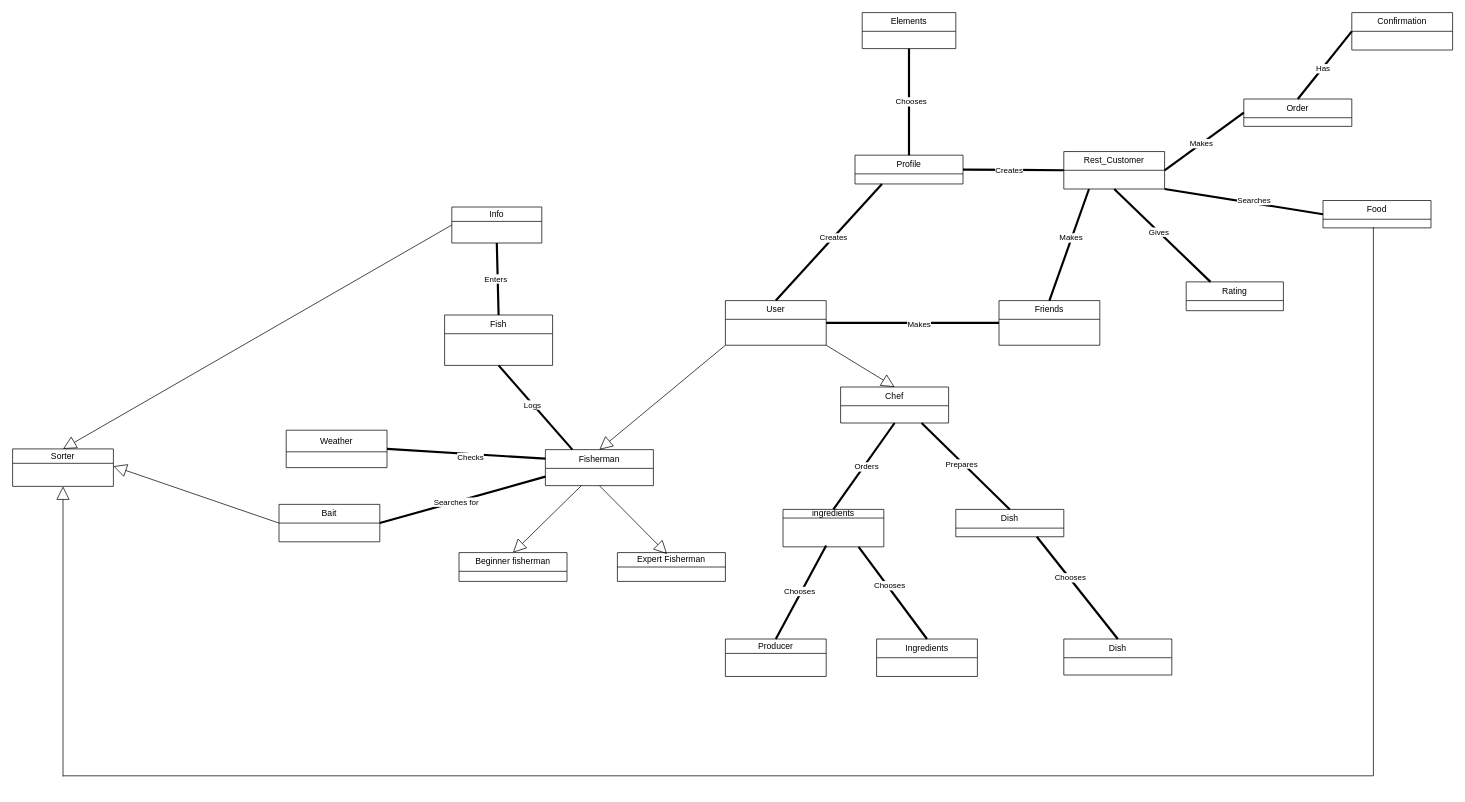
Earlier version of the draw.io diagram domain model - kostas.drawio (TMCEID/SoftEngFishApp). Source tidied: cells renumbered, new cells numbered last; positions are measured from the earlier drawing's top-left corner, leaving out a move shared by most shapes. Both pictures are drawn from the tidied source at 72%, with x=0, y=0 at pixel (12, 12).
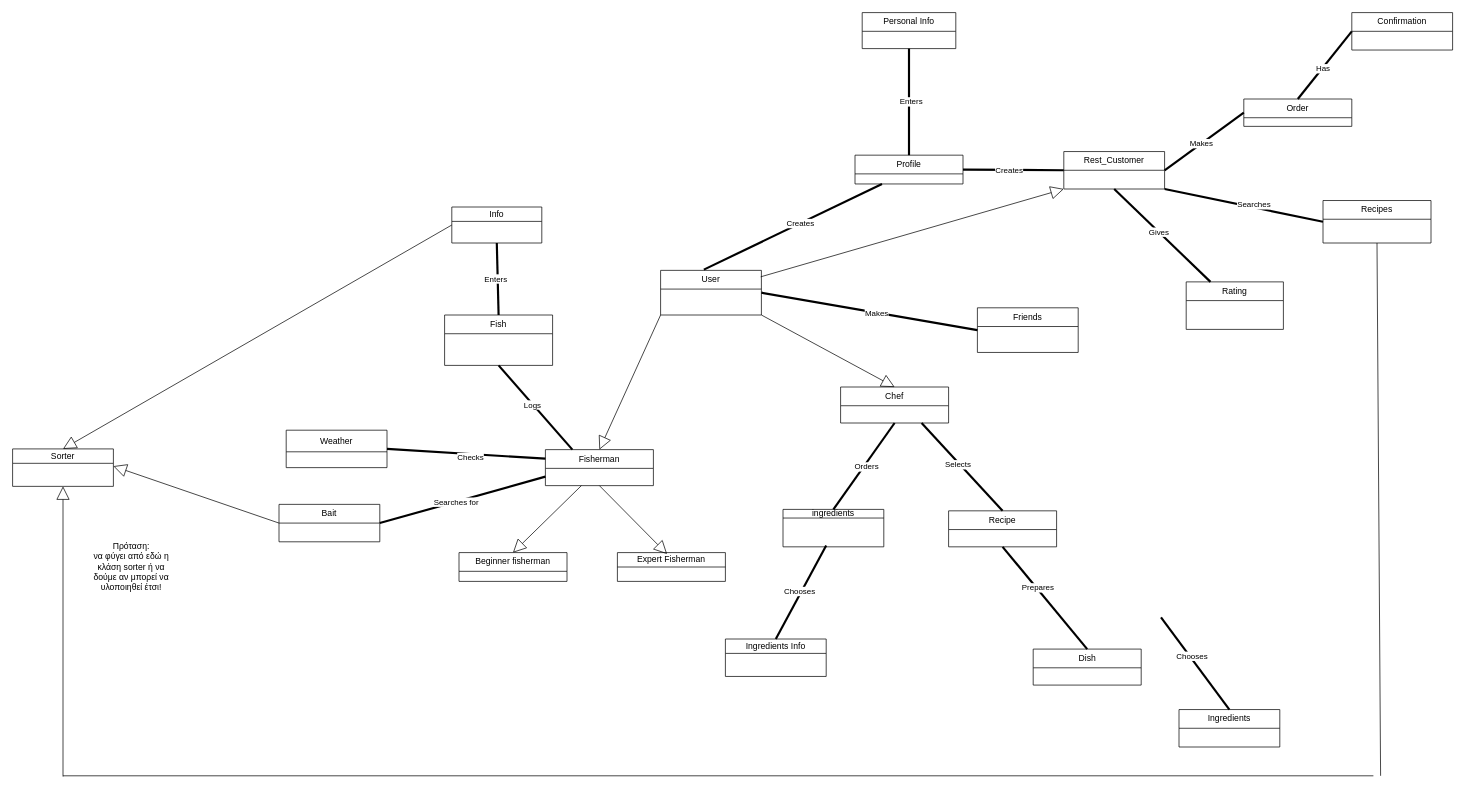
The same diagram, later.

The change refers to these unchanged cells:
```xml
<mxCell id="3" value="Profile" style="swimlane;fontStyle=0;horizontal=1;startSize=26;fillColor=none;whiteSpace=wrap;html=1;" parent="1" vertex="1">
  <mxGeometry x="1170" y="198" width="150" height="40" as="geometry" />
</mxCell>
<mxCell id="4" value="Rest_Customer" style="swimlane;fontStyle=0;horizontal=1;startSize=26;fillColor=none;whiteSpace=wrap;html=1;" parent="1" vertex="1">
  <mxGeometry x="1460" y="193" width="140" height="52" as="geometry" />
</mxCell>
<mxCell id="6" value="ingredients" style="swimlane;fontStyle=0;horizontal=1;startSize=12;fillColor=none;whiteSpace=wrap;html=1;" parent="1" vertex="1">
  <mxGeometry x="1070" y="690" width="140" height="52" as="geometry" />
</mxCell>
<mxCell id="46" style="endArrow=none;startArrow=none;endFill=0;startFill=0;endSize=8;html=1;verticalAlign=bottom;labelBackgroundColor=none;strokeWidth=3;rounded=0;entryX=0.75;entryY=1;entryDx=0;entryDy=0;exitX=0.5;exitY=0;exitDx=0;exitDy=0;" parent="1" edge="1" source="45" target="12">
  <mxGeometry relative="1" as="geometry" />
</mxCell>
<mxCell id="52" style="endArrow=none;startArrow=none;endFill=0;startFill=0;endSize=8;html=1;verticalAlign=bottom;labelBackgroundColor=none;strokeWidth=3;rounded=0;exitX=0.5;exitY=0;exitDx=0;exitDy=0;entryX=0.5;entryY=1;entryDx=0;entryDy=0;" parent="1" edge="1" source="3" target="54">
  <mxGeometry relative="1" as="geometry" />
</mxCell>
```

Diff of the diagram source:
```diff
@@
     <mxCell id="2" value="User" style="swimlane;fontStyle=0;horizontal=1;startSize=26;fillColor=none;whiteSpace=wrap;html=1;" parent="1" vertex="1">
-      <mxGeometry x="990" y="400" width="140" height="62" as="geometry" />
+      <mxGeometry x="900" y="358" width="140" height="62" as="geometry" />
     </mxCell>
@@
     <mxCell id="10" value="Rating" style="swimlane;fontStyle=0;horizontal=1;startSize=26;fillColor=none;whiteSpace=wrap;html=1;" parent="1" vertex="1">
-      <mxGeometry x="1630" y="374" width="135" height="40" as="geometry" />
+      <mxGeometry x="1630" y="374" width="135" height="66" as="geometry" />
     </mxCell>
@@
-    <mxCell id="27" style="endArrow=none;startArrow=none;endFill=0;startFill=0;endSize=8;html=1;verticalAlign=bottom;labelBackgroundColor=none;strokeWidth=3;rounded=0;entryX=0.5;entryY=0;entryDx=0;entryDy=0;exitX=0.25;exitY=1;exitDx=0;exitDy=0;" parent="1" edge="1" source="3" target="2">
+    <mxCell id="27" style="endArrow=none;startArrow=none;endFill=0;startFill=0;endSize=8;html=1;verticalAlign=bottom;labelBackgroundColor=none;strokeWidth=3;rounded=0;exitX=0.25;exitY=1;exitDx=0;exitDy=0;entryX=0.429;entryY=-0.016;entryDx=0;entryDy=0;entryPerimeter=0;" parent="1" edge="1" source="3" target="2">
       <mxGeometry relative="1" as="geometry" />
     </mxCell>
@@
     <mxCell id="36" value="Ingredients" style="swimlane;fontStyle=0;horizontal=1;startSize=26;fillColor=none;whiteSpace=wrap;html=1;" parent="1" vertex="1">
-      <mxGeometry x="1200" y="870" width="140" height="52" as="geometry" />
+      <mxGeometry x="1620" y="968" width="140" height="52" as="geometry" />
     </mxCell>
-    <mxCell id="37" style="endArrow=none;startArrow=none;endFill=0;startFill=0;endSize=8;html=1;verticalAlign=bottom;labelBackgroundColor=none;strokeWidth=3;rounded=0;entryX=0.75;entryY=1;entryDx=0;entryDy=0;exitX=0.5;exitY=0;exitDx=0;exitDy=0;" parent="1" edge="1" source="36" target="6">
-      <mxGeometry relative="1" as="geometry" />
+    <mxCell id="37" style="endArrow=none;startArrow=none;endFill=0;startFill=0;endSize=8;html=1;verticalAlign=bottom;labelBackgroundColor=none;strokeWidth=3;rounded=0;entryX=0.75;entryY=1;entryDx=0;entryDy=0;exitX=0.5;exitY=0;exitDx=0;exitDy=0;" parent="1" edge="1" source="36">
+      <mxGeometry relative="1" as="geometry">
+        <mxPoint x="1595" y="840" as="targetPoint" />
+      </mxGeometry>
     </mxCell>
@@
-    <mxCell id="41" value="Producer" style="swimlane;fontStyle=0;horizontal=1;startSize=20;fillColor=none;whiteSpace=wrap;html=1;" parent="1" vertex="1">
+    <mxCell id="41" value="Ingredients Info" style="swimlane;fontStyle=0;horizontal=1;startSize=20;fillColor=none;whiteSpace=wrap;html=1;" parent="1" vertex="1">
       <mxGeometry x="990" y="870" width="140" height="52" as="geometry" />
     </mxCell>
@@
-    <mxCell id="45" value="&lt;div&gt;Dish&lt;/div&gt;" style="swimlane;fontStyle=0;horizontal=1;startSize=26;fillColor=none;whiteSpace=wrap;html=1;" parent="1" vertex="1">
-      <mxGeometry x="1310" y="690" width="150" height="38" as="geometry" />
+    <mxCell id="45" value="Recipe" style="swimlane;fontStyle=0;horizontal=1;startSize=26;fillColor=none;whiteSpace=wrap;html=1;" parent="1" vertex="1">
+      <mxGeometry x="1300" y="692" width="150" height="50" as="geometry" />
     </mxCell>
@@
-    <mxCell id="47" value="Prepares" style="edgeLabel;html=1;align=center;verticalAlign=middle;" parent="46" vertex="1">
+    <mxCell id="47" value="Selects" style="edgeLabel;html=1;align=center;verticalAlign=middle;" parent="46" vertex="1">
       <mxGeometry x="0.09" y="2" relative="1" as="geometry" />
     </mxCell>
     <mxCell id="48" value="&lt;div&gt;Dish&lt;/div&gt;" style="swimlane;fontStyle=0;horizontal=1;startSize=26;fillColor=none;whiteSpace=wrap;html=1;" parent="1" vertex="1">
-      <mxGeometry x="1460" y="870" width="150" height="50" as="geometry" />
+      <mxGeometry x="1417.5" y="884" width="150" height="50" as="geometry" />
     </mxCell>
-    <mxCell id="49" style="endArrow=none;startArrow=none;endFill=0;startFill=0;endSize=8;html=1;verticalAlign=bottom;labelBackgroundColor=none;strokeWidth=3;rounded=0;entryX=0.75;entryY=1;entryDx=0;entryDy=0;exitX=0.5;exitY=0;exitDx=0;exitDy=0;" parent="1" edge="1" source="48" target="45">
+    <mxCell id="49" style="endArrow=none;startArrow=none;endFill=0;startFill=0;endSize=8;html=1;verticalAlign=bottom;labelBackgroundColor=none;strokeWidth=3;rounded=0;entryX=0.5;entryY=1;entryDx=0;entryDy=0;exitX=0.5;exitY=0;exitDx=0;exitDy=0;" parent="1" edge="1" source="48" target="45">
       <mxGeometry relative="1" as="geometry" />
     </mxCell>
-    <mxCell id="50" value="Chooses" style="edgeLabel;html=1;align=center;verticalAlign=middle;" parent="49" vertex="1">
+    <mxCell id="50" value="Prepares" style="edgeLabel;html=1;align=center;verticalAlign=middle;" parent="49" vertex="1">
       <mxGeometry x="0.19" y="-1" relative="1" as="geometry" />
     </mxCell>
@@
-    <mxCell id="53" value="Chooses" style="edgeLabel;html=1;align=center;verticalAlign=middle;" parent="52" vertex="1">
+    <mxCell id="53" value="Enters" style="edgeLabel;html=1;align=center;verticalAlign=middle;" parent="52" vertex="1">
       <mxGeometry x="0.01" y="-2" relative="1" as="geometry" />
     </mxCell>
-    <mxCell id="54" value="Elements" style="swimlane;fontStyle=0;horizontal=1;startSize=26;fillColor=none;whiteSpace=wrap;html=1;" parent="1" vertex="1">
+    <mxCell id="54" value="Personal Info" style="swimlane;fontStyle=0;horizontal=1;startSize=26;fillColor=none;whiteSpace=wrap;html=1;" parent="1" vertex="1">
       <mxGeometry x="1180" width="130" height="50" as="geometry" />
     </mxCell>
@@
-    <mxCell id="57" value="&lt;div&gt;Food&lt;/div&gt;" style="swimlane;fontStyle=0;horizontal=1;startSize=26;fillColor=none;whiteSpace=wrap;html=1;" parent="1" vertex="1">
-      <mxGeometry x="1820" y="261" width="150" height="38" as="geometry" />
+    <mxCell id="57" value="Recipes" style="swimlane;fontStyle=0;horizontal=1;startSize=26;fillColor=none;whiteSpace=wrap;html=1;" parent="1" vertex="1">
+      <mxGeometry x="1820" y="261" width="150" height="59" as="geometry" />
     </mxCell>
     <mxCell id="58" value="Friends" style="swimlane;fontStyle=0;horizontal=1;startSize=26;fillColor=none;whiteSpace=wrap;html=1;" parent="1" vertex="1">
-      <mxGeometry x="1370" y="400" width="140" height="62" as="geometry" />
+      <mxGeometry x="1340" y="410" width="140" height="62" as="geometry" />
     </mxCell>
-    <mxCell id="59" style="endArrow=none;startArrow=none;endFill=0;startFill=0;endSize=8;html=1;verticalAlign=bottom;labelBackgroundColor=none;strokeWidth=3;rounded=0;entryX=1;entryY=0.5;entryDx=0;entryDy=0;exitX=0;exitY=0.5;exitDx=0;exitDy=0;" parent="1" edge="1" source="58" target="2">
+    <mxCell id="59" style="endArrow=none;startArrow=none;endFill=0;startFill=0;endSize=8;html=1;verticalAlign=bottom;labelBackgroundColor=none;strokeWidth=3;rounded=0;exitX=0;exitY=0.5;exitDx=0;exitDy=0;entryX=1;entryY=0.5;entryDx=0;entryDy=0;" parent="1" edge="1" source="58" target="2">
       <mxGeometry relative="1" as="geometry" />
     </mxCell>
@@
-    <mxCell id="61" style="endArrow=none;startArrow=none;endFill=0;startFill=0;endSize=8;html=1;verticalAlign=bottom;labelBackgroundColor=none;strokeWidth=3;rounded=0;entryX=0.5;entryY=0;entryDx=0;entryDy=0;exitX=0.25;exitY=1;exitDx=0;exitDy=0;" parent="1" edge="1" source="4" target="58">
-      <mxGeometry relative="1" as="geometry" />
-    </mxCell>
-    <mxCell id="62" value="Makes" style="edgeLabel;html=1;align=center;verticalAlign=middle;" parent="61" vertex="1">
-      <mxGeometry x="-0.12" y="-1" relative="1" as="geometry" />
-    </mxCell>
@@
-    <mxCell id="69" style="endArrow=none;html=1;rounded=0;" parent="1" edge="1">
+    <mxCell id="69" style="endArrow=none;html=1;rounded=0;entryX=0.5;entryY=1;entryDx=0;entryDy=0;" parent="1" edge="1" target="57">
       <mxGeometry relative="1" as="geometry">
-        <mxPoint x="1890" y="1060" as="sourcePoint" />
-        <mxPoint x="1890" y="298" as="targetPoint" />
+        <mxPoint x="1900" y="1060" as="sourcePoint" />
       </mxGeometry>
     </mxCell>
+    <mxCell id="70" style="endArrow=block;endSize=16;endFill=0;html=1;rounded=0;exitX=0.993;exitY=0.145;exitDx=0;exitDy=0;entryX=0;entryY=1;entryDx=0;entryDy=0;exitPerimeter=0;" parent="1" edge="1" source="2" target="4">
+      <mxGeometry relative="1" as="geometry" />
+    </mxCell>
+    <mxCell id="71" value="Πρόταση:&lt;br&gt;να φύγει από εδώ η κλάση sorter ή να δούμε αν μπορεί να υλοποιηθεί έτσι!&lt;div&gt;&lt;br/&gt;&lt;/div&gt;" style="text;html=1;align=center;verticalAlign=middle;whiteSpace=wrap;rounded=0;" parent="1" vertex="1">
+      <mxGeometry x="110" y="722" width="110" height="110" as="geometry" />
+    </mxCell>
```
